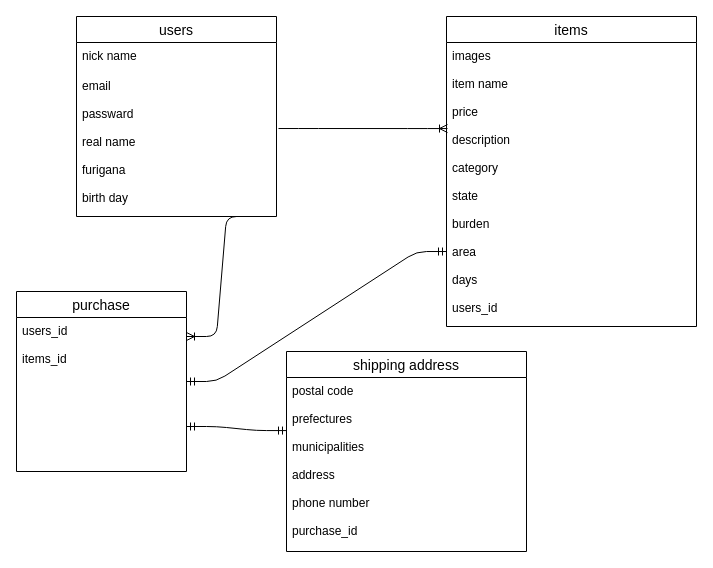
Earlier version of the draw.io diagram ER.dio (umedayuuki/furima-31511). Source tidied: cells renumbered, new cells numbered last; positions are measured from the earlier drawing's top-left corner, leaving out a move shared by most shapes. Both pictures are drawn from the tidied source at 100%, with x=0, y=0 at pixel (16, 16).
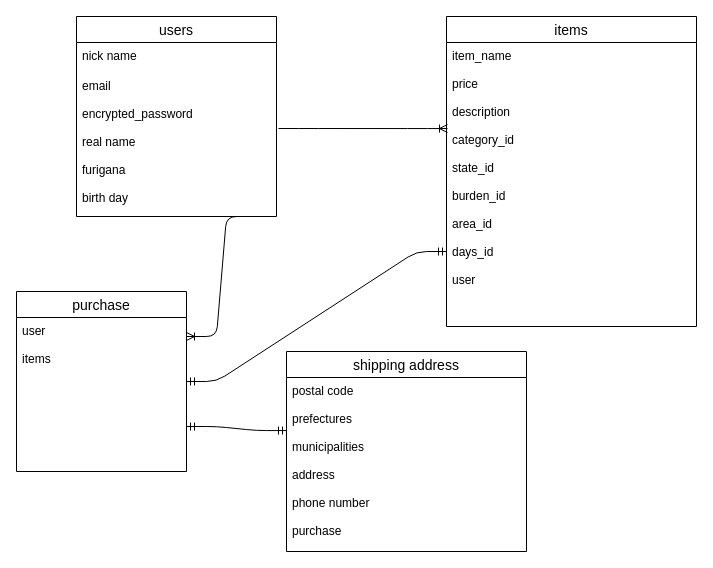
The same page after the edit.

Commit message (it also covers changes not shown here):
カラム名とタイプの修正

What changed in the source:
```diff
@@
 <mxGraphModel>
   <root>
     <mxCell id="0" />
     <mxCell id="1" parent="0" />
     <mxCell id="2" value="users" style="swimlane;fontStyle=0;horizontal=1;startSize=26;align=center;fontSize=14;shadow=0;" parent="1" vertex="1">
       <mxGeometry x="60" width="200" height="200" as="geometry" />
     </mxCell>
     <mxCell id="3" value="nick name" style="text;strokeColor=none;fillColor=none;spacingLeft=4;spacingRight=4;overflow=hidden;fontSize=12;" parent="2" vertex="1">
       <mxGeometry y="26" width="200" height="30" as="geometry" />
     </mxCell>
-    <mxCell id="4" value="email&#10;&#10;passward&#10;&#10;real name&#10;&#10;furigana&#10;&#10;birth day" style="text;strokeColor=none;fillColor=none;spacingLeft=4;spacingRight=4;overflow=hidden;points=[[0,0.5],[1,0.5]];portConstraint=eastwest;fontSize=12;" parent="2" vertex="1">
+    <mxCell id="4" value="email&#10;&#10;encrypted_password&#10;&#10;real name&#10;&#10;furigana&#10;&#10;birth day" style="text;strokeColor=none;fillColor=none;spacingLeft=4;spacingRight=4;overflow=hidden;points=[[0,0.5],[1,0.5]];portConstraint=eastwest;fontSize=12;" parent="2" vertex="1">
       <mxGeometry y="56" width="200" height="144" as="geometry" />
     </mxCell>
     <mxCell id="5" value="items" style="swimlane;fontStyle=0;horizontal=1;startSize=26;align=center;fontSize=14;shadow=0;" parent="1" vertex="1">
       <mxGeometry x="430" width="250" height="310" as="geometry" />
     </mxCell>
-    <mxCell id="6" value="images&#10;&#10;item name&#10;&#10;price&#10;&#10;description&#10;&#10;category&#10;&#10;state&#10;&#10;burden&#10;&#10;area&#10;&#10;days&#10;&#10;users_id" style="text;strokeColor=none;fillColor=none;spacingLeft=4;spacingRight=4;overflow=hidden;points=[[0,0.5],[1,0.5]];portConstraint=eastwest;fontSize=12;" parent="5" vertex="1">
+    <mxCell id="6" value="item_name&#10;&#10;price&#10;&#10;description&#10;&#10;category_id&#10;&#10;state_id&#10;&#10;burden_id&#10;&#10;area_id&#10;&#10;days_id&#10;&#10;user" style="text;strokeColor=none;fillColor=none;spacingLeft=4;spacingRight=4;overflow=hidden;points=[[0,0.5],[1,0.5]];portConstraint=eastwest;fontSize=12;" parent="5" vertex="1">
       <mxGeometry y="26" width="250" height="284" as="geometry" />
     </mxCell>
     <mxCell id="7" value="purchase" style="swimlane;fontStyle=0;horizontal=1;startSize=26;align=center;fontSize=14;shadow=0;" parent="1" vertex="1">
       <mxGeometry y="275" width="170" height="180" as="geometry" />
     </mxCell>
     <mxCell id="8" value="shipping address" style="swimlane;fontStyle=0;horizontal=1;startSize=26;align=center;fontSize=14;shadow=0;" parent="1" vertex="1">
       <mxGeometry x="270" y="335" width="240" height="200" as="geometry" />
     </mxCell>
-    <mxCell id="9" value="postal code&#10;&#10;prefectures&#10;&#10;municipalities&#10;&#10;address&#10;&#10;phone number&#10;&#10;purchase_id" style="text;strokeColor=none;fillColor=none;spacingLeft=4;spacingRight=4;overflow=hidden;points=[[0,0.5],[1,0.5]];portConstraint=eastwest;fontSize=12;" parent="8" vertex="1">
+    <mxCell id="9" value="postal code&#10;&#10;prefectures&#10;&#10;municipalities&#10;&#10;address&#10;&#10;phone number&#10;&#10;purchase" style="text;strokeColor=none;fillColor=none;spacingLeft=4;spacingRight=4;overflow=hidden;points=[[0,0.5],[1,0.5]];portConstraint=eastwest;fontSize=12;" parent="8" vertex="1">
       <mxGeometry y="26" width="240" height="174" as="geometry" />
     </mxCell>
     <mxCell id="10" style="edgeStyle=entityRelationEdgeStyle;fontSize=12;html=1;endArrow=ERoneToMany;exitX=1.01;exitY=0.389;exitDx=0;exitDy=0;exitPerimeter=0;entryX=0.004;entryY=0.303;entryDx=0;entryDy=0;entryPerimeter=0;" parent="1" edge="1" source="4" target="6">
       <mxGeometry relative="1" as="geometry" />
     </mxCell>
     <mxCell id="11" style="edgeStyle=entityRelationEdgeStyle;fontSize=12;html=1;endArrow=ERoneToMany;entryX=1;entryY=0.25;entryDx=0;entryDy=0;exitX=0.9;exitY=1;exitDx=0;exitDy=0;exitPerimeter=0;" parent="1" edge="1" source="4" target="7">
       <mxGeometry relative="1" as="geometry" />
     </mxCell>
     <mxCell id="12" style="edgeStyle=entityRelationEdgeStyle;fontSize=12;html=1;endArrow=ERmandOne;startArrow=ERmandOne;exitX=1;exitY=0.5;exitDx=0;exitDy=0;entryX=0;entryY=0.736;entryDx=0;entryDy=0;entryPerimeter=0;" parent="1" edge="1" source="7" target="6">
       <mxGeometry relative="1" as="geometry" />
     </mxCell>
     <mxCell id="13" style="edgeStyle=entityRelationEdgeStyle;fontSize=12;html=1;endArrow=ERmandOne;startArrow=ERmandOne;exitX=1;exitY=0.75;exitDx=0;exitDy=0;entryX=0;entryY=0.305;entryDx=0;entryDy=0;entryPerimeter=0;" parent="1" edge="1" source="7" target="9">
       <mxGeometry relative="1" as="geometry" />
     </mxCell>
-    <mxCell id="14" value="users_id&#10;&#10;items_id" style="text;strokeColor=none;fillColor=none;spacingLeft=4;spacingRight=4;overflow=hidden;fontSize=12;" parent="1" vertex="1">
+    <mxCell id="14" value="user&#10;&#10;items" style="text;strokeColor=none;fillColor=none;spacingLeft=4;spacingRight=4;overflow=hidden;fontSize=12;" parent="1" vertex="1">
       <mxGeometry y="301" width="90" height="64" as="geometry" />
     </mxCell>
   </root>
 </mxGraphModel>
```
